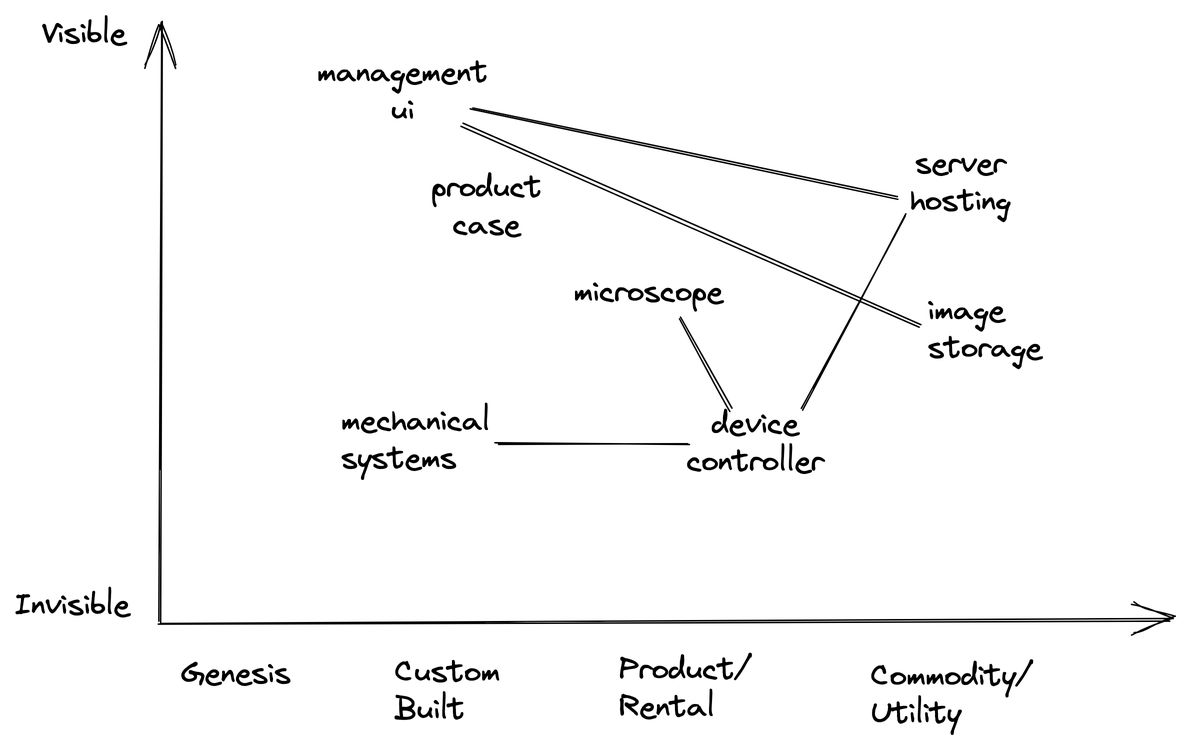
This is wardley-map.excalidraw.png from alsuren/interview-2022-10-31, a Excalidraw export, as it was before one commit. Source tidied: one line per element, renumbered; positions are measured from the earlier drawing's top-left corner, leaving out a move shared by most shapes. Its diagram source:
```json
{"id": 0, "type": "arrow", "strokeColor": "#000000", "strokeWidth": 1, "roughness": 1, "endArrowhead": "arrow", "x": 96, "y": 406, "width": 1, "height": 401, "points": [[0, 0], [1, -401]]}
{"id": 1, "type": "arrow", "strokeColor": "#000000", "strokeWidth": 1, "roughness": 1, "endArrowhead": "arrow", "x": 96, "y": 405, "width": 674, "height": 1, "points": [[0, 0], [674, -1]]}
{"id": 2, "type": "text", "text": "Visible", "strokeColor": "#000000", "strokeWidth": 1, "roughness": 1, "fontSize": 20, "fontFamily": 1, "x": 18, "y": 0, "width": 57, "height": 25}
{"id": 3, "type": "text", "text": "Invisible", "strokeColor": "#000000", "strokeWidth": 1, "roughness": 1, "fontSize": 20, "fontFamily": 1, "x": 0, "y": 381, "width": 78, "height": 25}
{"id": 4, "type": "text", "text": "Genesis", "strokeColor": "#000000", "strokeWidth": 1, "roughness": 1, "fontSize": 20, "fontFamily": 1, "x": 111, "y": 427, "width": 74, "height": 25}
{"id": 5, "type": "text", "text": "Custom\nBuilt", "strokeColor": "#000000", "strokeWidth": 1, "roughness": 1, "fontSize": 20, "fontFamily": 1, "x": 253, "y": 426, "width": 70, "height": 50}
{"id": 6, "type": "text", "text": "Product/\nRental", "strokeColor": "#000000", "strokeWidth": 1, "roughness": 1, "fontSize": 20, "fontFamily": 1, "x": 403, "y": 424, "width": 87, "height": 50}
{"id": 7, "type": "text", "text": "Commodity/\nUtility", "strokeColor": "#000000", "strokeWidth": 1, "roughness": 1, "fontSize": 20, "fontFamily": 1, "x": 570, "y": 428, "width": 107, "height": 50}
{"id": 8, "type": "text", "text": "microscope", "strokeColor": "#000000", "strokeWidth": 1, "roughness": 1, "fontSize": 20, "fontFamily": 1, "x": 373, "y": 172, "width": 101, "height": 25}
{"id": 9, "type": "text", "text": "mechanical\nsystems", "strokeColor": "#000000", "strokeWidth": 1, "roughness": 1, "fontSize": 20, "fontFamily": 1, "x": 217, "y": 258, "width": 99, "height": 50}
{"id": 10, "type": "text", "text": "management\nui", "strokeColor": "#000000", "strokeWidth": 1, "roughness": 1, "fontSize": 20, "fontFamily": 1, "textAlign": "center", "x": 201, "y": 26, "width": 114, "height": 50}
{"id": 11, "type": "text", "text": "image\nstorage", "strokeColor": "#000000", "strokeWidth": 1, "roughness": 1, "fontSize": 20, "fontFamily": 1, "x": 609, "y": 185, "width": 77, "height": 50}
{"id": 12, "type": "text", "text": "product\ncase", "strokeColor": "#000000", "strokeWidth": 1, "roughness": 1, "fontSize": 20, "fontFamily": 1, "textAlign": "center", "x": 278, "y": 103, "width": 74, "height": 50}
{"id": 13, "type": "text", "text": "server\nhosting", "strokeColor": "#000000", "strokeWidth": 1, "roughness": 1, "fontSize": 20, "fontFamily": 1, "textAlign": "center", "x": 596, "y": 87, "width": 68, "height": 50}
{"id": 14, "type": "line", "strokeColor": "#000000", "strokeWidth": 1, "roughness": 1, "x": 304, "y": 62, "width": 283, "height": 61, "points": [[0, 0], [283, 61]]}
{"id": 15, "type": "line", "strokeColor": "#000000", "strokeWidth": 1, "roughness": 1, "x": 299, "y": 73, "width": 306, "height": 133, "points": [[0, 0], [306, 133]]}
{"id": 16, "type": "text", "text": "device\ncontroller", "strokeColor": "#000000", "strokeWidth": 1, "roughness": 1, "fontSize": 20, "fontFamily": 1, "textAlign": "center", "x": 447, "y": 260, "width": 93, "height": 50}
{"id": 17, "type": "line", "strokeColor": "#000000", "strokeWidth": 1, "roughness": 1, "x": 524, "y": 264, "width": 69, "height": 131, "points": [[0, 0], [69, -131]]}
{"id": 18, "type": "line", "strokeColor": "#000000", "strokeWidth": 1, "roughness": 1, "x": 478, "y": 263, "width": 35, "height": 61, "points": [[0, 0], [-35, -61]]}
{"id": 19, "type": "line", "strokeColor": "#000000", "strokeWidth": 1, "roughness": 1, "x": 449, "y": 285, "width": 129, "height": 1, "points": [[0, 0], [-129, 1]]}
```
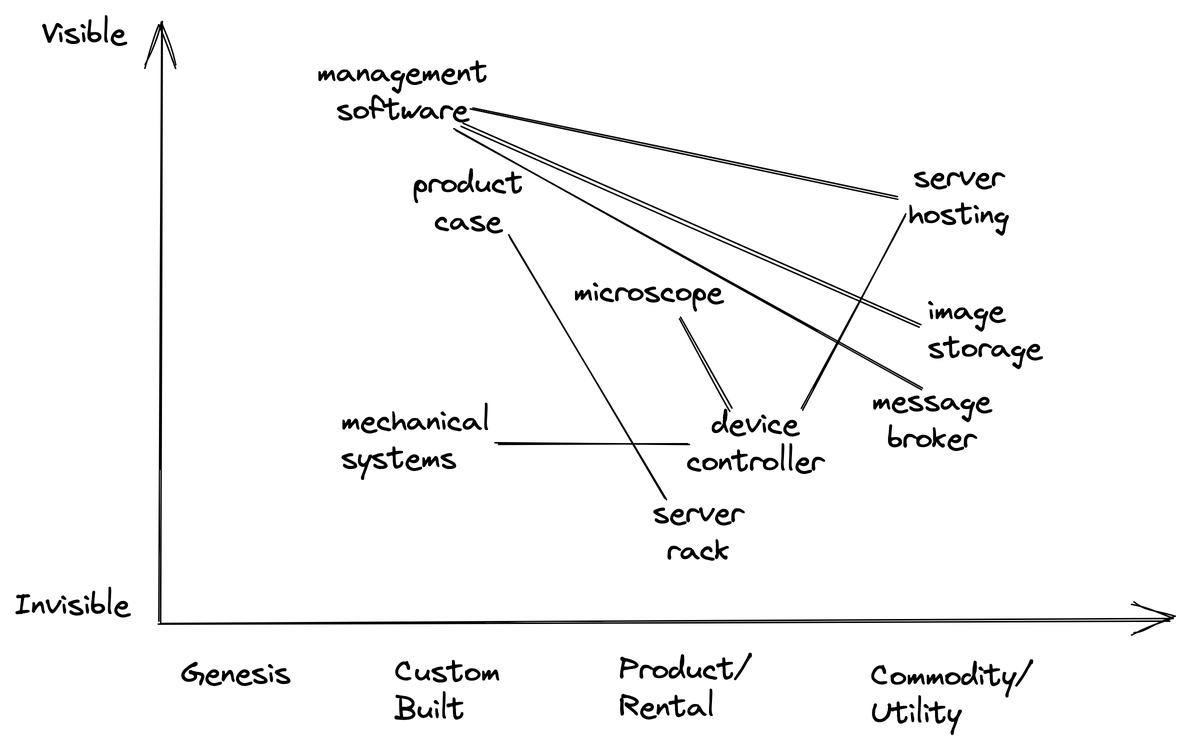
The same diagram one commit later.

Commit message:
move wardley map to top of appendix

Change to the diagram source:
```diff
@@ -8,13 +8,17 @@
 {"id": 7, "type": "text", "text": "Commodity/\nUtility", "strokeColor": "#000000", "strokeWidth": 1, "roughness": 1, "fontSize": 20, "fontFamily": 1, "x": 570, "y": 428, "width": 107, "height": 50}
 {"id": 8, "type": "text", "text": "microscope", "strokeColor": "#000000", "strokeWidth": 1, "roughness": 1, "fontSize": 20, "fontFamily": 1, "x": 373, "y": 172, "width": 101, "height": 25}
 {"id": 9, "type": "text", "text": "mechanical\nsystems", "strokeColor": "#000000", "strokeWidth": 1, "roughness": 1, "fontSize": 20, "fontFamily": 1, "x": 217, "y": 258, "width": 99, "height": 50}
-{"id": 10, "type": "text", "text": "management\nui", "strokeColor": "#000000", "strokeWidth": 1, "roughness": 1, "fontSize": 20, "fontFamily": 1, "textAlign": "center", "x": 201, "y": 26, "width": 114, "height": 50}
+{"id": 10, "type": "text", "text": "management\nsoftware", "strokeColor": "#000000", "strokeWidth": 1, "roughness": 1, "fontSize": 20, "fontFamily": 1, "textAlign": "center", "x": 201, "y": 26, "width": 114, "height": 50}
 {"id": 11, "type": "text", "text": "image\nstorage", "strokeColor": "#000000", "strokeWidth": 1, "roughness": 1, "fontSize": 20, "fontFamily": 1, "x": 609, "y": 185, "width": 77, "height": 50}
-{"id": 12, "type": "text", "text": "product\ncase", "strokeColor": "#000000", "strokeWidth": 1, "roughness": 1, "fontSize": 20, "fontFamily": 1, "textAlign": "center", "x": 278, "y": 103, "width": 74, "height": 50}
+{"id": 12, "type": "text", "text": "product\ncase", "strokeColor": "#000000", "strokeWidth": 1, "roughness": 1, "fontSize": 20, "fontFamily": 1, "textAlign": "center", "x": 265, "y": 100, "width": 74, "height": 50}
-{"id": 13, "type": "text", "text": "server\nhosting", "strokeColor": "#000000", "strokeWidth": 1, "roughness": 1, "fontSize": 20, "fontFamily": 1, "textAlign": "center", "x": 596, "y": 87, "width": 68, "height": 50}
+{"id": 13, "type": "text", "text": "server\nhosting", "strokeColor": "#000000", "strokeWidth": 1, "roughness": 1, "fontSize": 20, "fontFamily": 1, "textAlign": "center", "x": 595, "y": 96, "width": 68, "height": 50}
 {"id": 14, "type": "line", "strokeColor": "#000000", "strokeWidth": 1, "roughness": 1, "x": 304, "y": 62, "width": 283, "height": 61, "points": [[0, 0], [283, 61]]}
 {"id": 15, "type": "line", "strokeColor": "#000000", "strokeWidth": 1, "roughness": 1, "x": 299, "y": 73, "width": 306, "height": 133, "points": [[0, 0], [306, 133]]}
 {"id": 16, "type": "text", "text": "device\ncontroller", "strokeColor": "#000000", "strokeWidth": 1, "roughness": 1, "fontSize": 20, "fontFamily": 1, "textAlign": "center", "x": 447, "y": 260, "width": 93, "height": 50}
 {"id": 17, "type": "line", "strokeColor": "#000000", "strokeWidth": 1, "roughness": 1, "x": 524, "y": 264, "width": 69, "height": 131, "points": [[0, 0], [69, -131]]}
 {"id": 18, "type": "line", "strokeColor": "#000000", "strokeWidth": 1, "roughness": 1, "x": 478, "y": 263, "width": 35, "height": 61, "points": [[0, 0], [-35, -61]]}
 {"id": 19, "type": "line", "strokeColor": "#000000", "strokeWidth": 1, "roughness": 1, "x": 449, "y": 285, "width": 129, "height": 1, "points": [[0, 0], [-129, 1]]}
+{"id": 20, "type": "text", "text": "server\nrack", "strokeColor": "#000000", "backgroundColor": "#fff", "fillStyle": "solid", "strokeWidth": 1, "roughness": 1, "fontSize": 20, "fontFamily": 1, "textAlign": "center", "x": 426, "y": 320, "width": 60, "height": 50}
+{"id": 21, "type": "line", "strokeColor": "#000000", "backgroundColor": "#fff", "fillStyle": "solid", "strokeWidth": 1, "roughness": 1, "x": 434, "y": 323, "width": 104, "height": 176, "points": [[0, 0], [-104, -176]]}
+{"id": 22, "type": "text", "text": "message\nbroker", "strokeColor": "#000000", "backgroundColor": "#fff", "fillStyle": "solid", "strokeWidth": 1, "roughness": 1, "fontSize": 20, "fontFamily": 1, "textAlign": "center", "x": 571, "y": 245, "width": 80, "height": 50}
+{"id": 23, "type": "line", "strokeColor": "#000000", "backgroundColor": "#fff", "fillStyle": "solid", "strokeWidth": 1, "roughness": 1, "x": 294, "y": 77, "width": 311, "height": 172, "points": [[0, 0], [311, 172]]}
```
